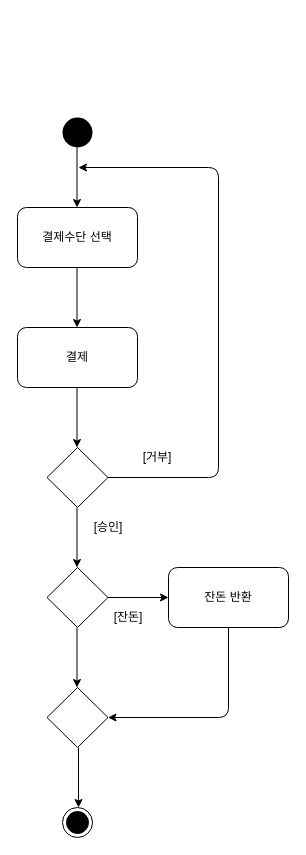
This is 상세명세서/Functional Model/activity diagram/결제_ad.drawio from distroytest/KNUSD-20202-Team05, a draw.io file, before an edit. Source tidied: cells renumbered, new cells numbered last; positions are measured from the earlier drawing's top-left corner, leaving out a move shared by most shapes. Both pictures are drawn from the tidied source at 100%, with x=0, y=0 at pixel (17, 117).
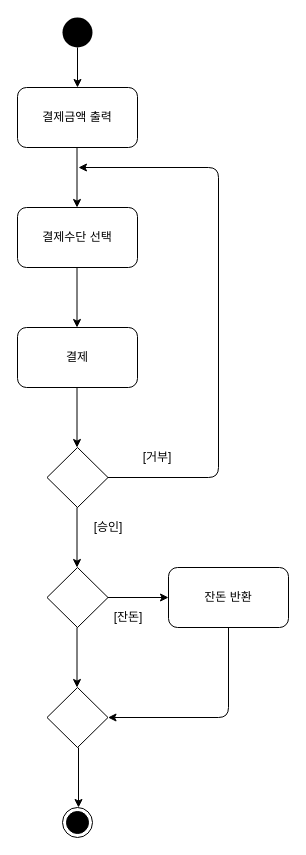
The same page after the edit.

What changed in the source:
```diff
@@
     <mxCell id="2" style="ellipse;fillColor=#000000;strokeColor=none;" parent="1" vertex="1">
-      <mxGeometry x="45" width="30" height="30" as="geometry" />
+      <mxGeometry x="45" y="-100" width="30" height="30" as="geometry" />
     </mxCell>
@@
+    <mxCell id="22" value="결제금액 출력" style="rounded=1;whiteSpace=wrap;html=1;" parent="1" vertex="1">
+      <mxGeometry y="-30" width="120" height="60" as="geometry" />
+    </mxCell>
+    <mxCell id="23" style="endArrow=classic;html=1;entryX=0.5;entryY=0;entryDx=0;entryDy=0;" parent="1" edge="1" target="22">
+      <mxGeometry relative="1" as="geometry">
+        <mxPoint x="60" y="-70" as="sourcePoint" />
+      </mxGeometry>
+    </mxCell>
```
